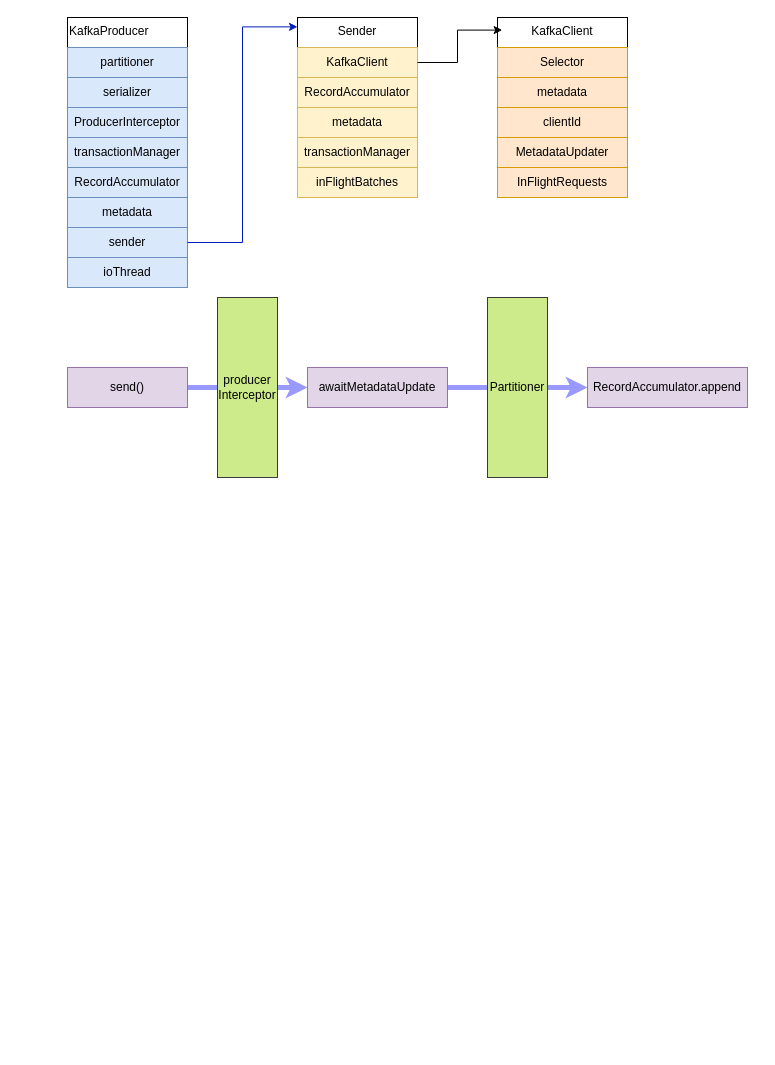
The draw.io diagram draw/kafka/myKafka.drawio in BxcGit/draw, before the edit. Source tidied: cells renumbered, new cells numbered last; positions are measured from the earlier drawing's top-left corner, leaving out a move shared by most shapes. Both pictures are drawn from the tidied source at 100%, with x=0, y=0 at pixel (67, 17).
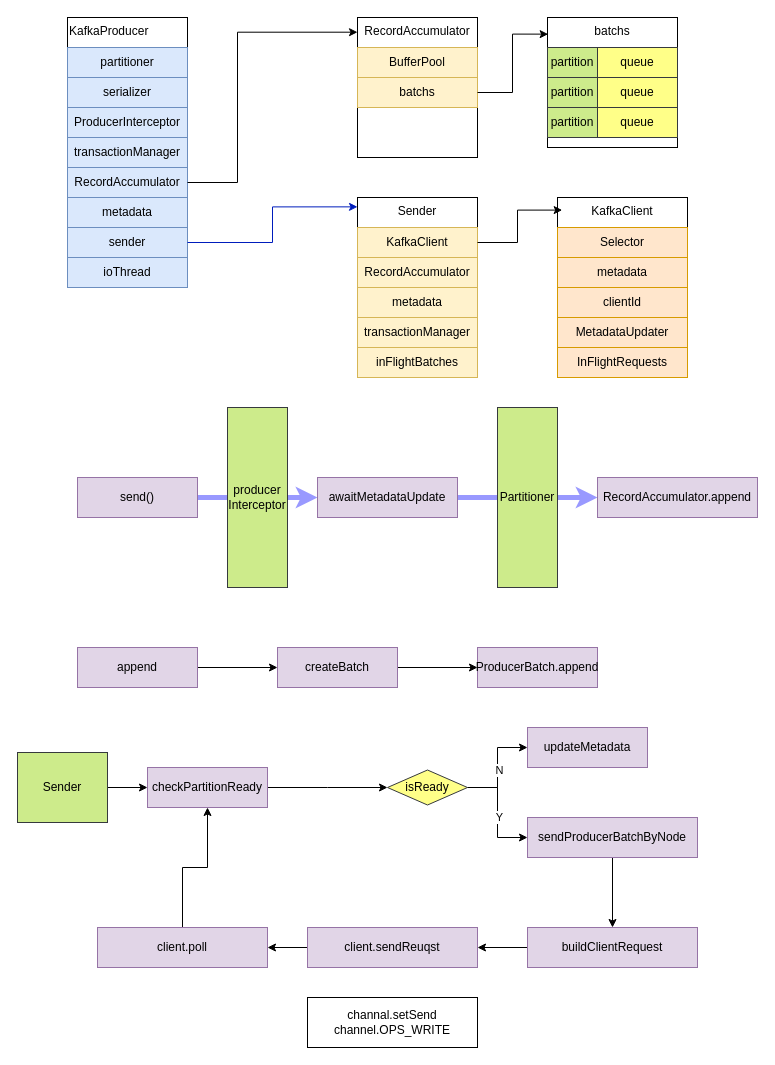
The same diagram, later.

Unchanged cells that the change refers to:
```xml
<mxCell id="7" value="RecordAccumulator" style="rounded=0;whiteSpace=wrap;html=1;align=center;verticalAlign=middle;fillColor=#dae8fc;strokeColor=#6c8ebf;" parent="1" vertex="1">
  <mxGeometry y="150" width="120" height="30" as="geometry" />
</mxCell>
```

Change to the diagram source:
```diff
@@
     <mxCell id="11" value="Sender" style="rounded=0;whiteSpace=wrap;html=1;align=center;verticalAlign=top;" parent="1" vertex="1">
-      <mxGeometry x="230" width="120" height="180" as="geometry" />
+      <mxGeometry x="290" y="180" width="120" height="180" as="geometry" />
     </mxCell>
     <mxCell id="12" value="KafkaClient" style="rounded=0;whiteSpace=wrap;html=1;align=center;verticalAlign=middle;fillColor=#fff2cc;strokeColor=#d6b656;" parent="1" vertex="1">
-      <mxGeometry x="230" y="30" width="120" height="30" as="geometry" />
+      <mxGeometry x="290" y="210" width="120" height="30" as="geometry" />
     </mxCell>
     <mxCell id="13" value="RecordAccumulator" style="rounded=0;whiteSpace=wrap;html=1;align=center;verticalAlign=middle;fillColor=#fff2cc;strokeColor=#d6b656;" parent="1" vertex="1">
-      <mxGeometry x="230" y="60" width="120" height="30" as="geometry" />
+      <mxGeometry x="290" y="240" width="120" height="30" as="geometry" />
     </mxCell>
     <mxCell id="14" value="metadata" style="rounded=0;whiteSpace=wrap;html=1;align=center;verticalAlign=middle;fillColor=#fff2cc;strokeColor=#d6b656;" parent="1" vertex="1">
-      <mxGeometry x="230" y="90" width="120" height="30" as="geometry" />
+      <mxGeometry x="290" y="270" width="120" height="30" as="geometry" />
     </mxCell>
     <mxCell id="15" value="transactionManager" style="rounded=0;whiteSpace=wrap;html=1;align=center;verticalAlign=middle;fillColor=#fff2cc;strokeColor=#d6b656;" parent="1" vertex="1">
-      <mxGeometry x="230" y="120" width="120" height="30" as="geometry" />
+      <mxGeometry x="290" y="300" width="120" height="30" as="geometry" />
     </mxCell>
     <mxCell id="16" value="inFlightBatches" style="rounded=0;whiteSpace=wrap;html=1;align=center;verticalAlign=middle;fillColor=#fff2cc;strokeColor=#d6b656;" parent="1" vertex="1">
-      <mxGeometry x="230" y="150" width="120" height="30" as="geometry" />
+      <mxGeometry x="290" y="330" width="120" height="30" as="geometry" />
     </mxCell>
@@
     <mxCell id="18" value="KafkaClient" style="rounded=0;whiteSpace=wrap;html=1;align=center;verticalAlign=top;" parent="1" vertex="1">
-      <mxGeometry x="430" width="130" height="180" as="geometry" />
+      <mxGeometry x="490" y="180" width="130" height="180" as="geometry" />
     </mxCell>
     <mxCell id="19" value="Selector" style="rounded=0;whiteSpace=wrap;html=1;align=center;verticalAlign=middle;fillColor=#ffe6cc;strokeColor=#d79b00;" parent="1" vertex="1">
-      <mxGeometry x="430" y="30" width="130" height="30" as="geometry" />
+      <mxGeometry x="490" y="210" width="130" height="30" as="geometry" />
     </mxCell>
     <mxCell id="20" value="metadata" style="rounded=0;whiteSpace=wrap;html=1;align=center;verticalAlign=middle;fillColor=#ffe6cc;strokeColor=#d79b00;" parent="1" vertex="1">
-      <mxGeometry x="430" y="60" width="130" height="30" as="geometry" />
+      <mxGeometry x="490" y="240" width="130" height="30" as="geometry" />
     </mxCell>
     <mxCell id="21" value="clientId" style="rounded=0;whiteSpace=wrap;html=1;align=center;verticalAlign=middle;fillColor=#ffe6cc;strokeColor=#d79b00;" parent="1" vertex="1">
-      <mxGeometry x="430" y="90" width="130" height="30" as="geometry" />
+      <mxGeometry x="490" y="270" width="130" height="30" as="geometry" />
     </mxCell>
     <mxCell id="22" value="MetadataUpdater" style="rounded=0;whiteSpace=wrap;html=1;align=center;verticalAlign=middle;fillColor=#ffe6cc;strokeColor=#d79b00;" parent="1" vertex="1">
-      <mxGeometry x="430" y="120" width="130" height="30" as="geometry" />
+      <mxGeometry x="490" y="300" width="130" height="30" as="geometry" />
     </mxCell>
     <mxCell id="23" value="InFlightRequests" style="rounded=0;whiteSpace=wrap;html=1;align=center;verticalAlign=middle;fillColor=#ffe6cc;strokeColor=#d79b00;" parent="1" vertex="1">
-      <mxGeometry x="430" y="150" width="130" height="30" as="geometry" />
+      <mxGeometry x="490" y="330" width="130" height="30" as="geometry" />
     </mxCell>
@@
     <mxCell id="26" value="send()" style="rounded=0;whiteSpace=wrap;html=1;align=center;verticalAlign=middle;fillColor=#e1d5e7;strokeColor=#9673a6;" parent="1" vertex="1">
-      <mxGeometry y="350" width="120" height="40" as="geometry" />
+      <mxGeometry x="10" y="460" width="120" height="40" as="geometry" />
     </mxCell>
     <mxCell id="27" value="producer&lt;div&gt;Interceptor&lt;/div&gt;" style="rounded=0;html=1;align=center;verticalAlign=middle;horizontal=1;whiteSpace=wrap;fillColor=#cdeb8b;strokeColor=#36393d;" parent="1" vertex="1">
-      <mxGeometry x="150" y="280" width="60" height="180" as="geometry" />
+      <mxGeometry x="160" y="390" width="60" height="180" as="geometry" />
     </mxCell>
@@
     <mxCell id="29" value="awaitMetadataUpdate" style="rounded=0;whiteSpace=wrap;html=1;align=center;verticalAlign=middle;fillColor=#e1d5e7;strokeColor=#9673a6;" parent="1" vertex="1">
-      <mxGeometry x="240" y="350" width="140" height="40" as="geometry" />
+      <mxGeometry x="250" y="460" width="140" height="40" as="geometry" />
     </mxCell>
     <mxCell id="30" value="RecordAccumulator.append" style="rounded=0;whiteSpace=wrap;html=1;align=center;verticalAlign=middle;fillColor=#e1d5e7;strokeColor=#9673a6;" parent="1" vertex="1">
-      <mxGeometry x="520" y="350" width="160" height="40" as="geometry" />
+      <mxGeometry x="530" y="460" width="160" height="40" as="geometry" />
     </mxCell>
     <mxCell id="31" value="Partitioner" style="rounded=0;html=1;align=center;verticalAlign=middle;horizontal=1;whiteSpace=wrap;fillColor=#cdeb8b;strokeColor=#36393d;" parent="1" vertex="1">
-      <mxGeometry x="420" y="280" width="60" height="180" as="geometry" />
+      <mxGeometry x="430" y="390" width="60" height="180" as="geometry" />
     </mxCell>
+    <mxCell id="32" value="RecordAccumulator" style="rounded=0;whiteSpace=wrap;html=1;align=center;verticalAlign=top;" parent="1" vertex="1">
+      <mxGeometry x="290" width="120" height="140" as="geometry" />
+    </mxCell>
+    <mxCell id="33" value="BufferPool" style="rounded=0;whiteSpace=wrap;html=1;align=center;verticalAlign=middle;fillColor=#fff2cc;strokeColor=#d6b656;" parent="1" vertex="1">
+      <mxGeometry x="290" y="30" width="120" height="30" as="geometry" />
+    </mxCell>
+    <mxCell id="34" value="batchs" style="rounded=0;whiteSpace=wrap;html=1;align=center;verticalAlign=middle;fillColor=#fff2cc;strokeColor=#d6b656;" parent="1" vertex="1">
+      <mxGeometry x="290" y="60" width="120" height="30" as="geometry" />
+    </mxCell>
+    <mxCell id="35" style="edgeStyle=orthogonalEdgeStyle;rounded=0;jettySize=auto;html=1;entryX=0;entryY=0.105;entryDx=0;entryDy=0;entryPerimeter=0;" parent="1" edge="1" source="7" target="32">
+      <mxGeometry relative="1" as="geometry">
+        <Array as="points">
+          <mxPoint x="170" y="165" />
+          <mxPoint x="170" y="15" />
+        </Array>
+      </mxGeometry>
+    </mxCell>
+    <mxCell id="36" value="batchs" style="rounded=0;whiteSpace=wrap;html=1;align=center;verticalAlign=top;" parent="1" vertex="1">
+      <mxGeometry x="480" width="130" height="130" as="geometry" />
+    </mxCell>
+    <mxCell id="37" value="partition" style="rounded=0;whiteSpace=wrap;html=1;align=center;verticalAlign=middle;fillColor=#cdeb8b;strokeColor=#36393d;" parent="1" vertex="1">
+      <mxGeometry x="480" y="30" width="50" height="30" as="geometry" />
+    </mxCell>
+    <mxCell id="38" value="queue" style="rounded=0;whiteSpace=wrap;html=1;align=center;verticalAlign=middle;fillColor=#ffff88;strokeColor=#36393d;" parent="1" vertex="1">
+      <mxGeometry x="530" y="30" width="80" height="30" as="geometry" />
+    </mxCell>
+    <mxCell id="39" value="partition" style="rounded=0;whiteSpace=wrap;html=1;align=center;verticalAlign=middle;fillColor=#cdeb8b;strokeColor=#36393d;" parent="1" vertex="1">
+      <mxGeometry x="480" y="60" width="50" height="30" as="geometry" />
+    </mxCell>
+    <mxCell id="40" value="queue" style="rounded=0;whiteSpace=wrap;html=1;align=center;verticalAlign=middle;fillColor=#ffff88;strokeColor=#36393d;" parent="1" vertex="1">
+      <mxGeometry x="530" y="60" width="80" height="30" as="geometry" />
+    </mxCell>
+    <mxCell id="41" value="partition" style="rounded=0;whiteSpace=wrap;html=1;align=center;verticalAlign=middle;fillColor=#cdeb8b;strokeColor=#36393d;" parent="1" vertex="1">
+      <mxGeometry x="480" y="90" width="50" height="30" as="geometry" />
+    </mxCell>
+    <mxCell id="42" value="queue" style="rounded=0;whiteSpace=wrap;html=1;align=center;verticalAlign=middle;fillColor=#ffff88;strokeColor=#36393d;" parent="1" vertex="1">
+      <mxGeometry x="530" y="90" width="80" height="30" as="geometry" />
+    </mxCell>
+    <mxCell id="43" style="edgeStyle=orthogonalEdgeStyle;rounded=0;jettySize=auto;html=1;entryX=0.005;entryY=0.128;entryDx=0;entryDy=0;entryPerimeter=0;" parent="1" edge="1" source="34" target="36">
+      <mxGeometry relative="1" as="geometry" />
+    </mxCell>
+    <mxCell id="44" style="edgeStyle=orthogonalEdgeStyle;rounded=0;jettySize=auto;html=1;entryX=0;entryY=0.5;entryDx=0;entryDy=0;" parent="1" edge="1" source="45" target="47">
+      <mxGeometry relative="1" as="geometry" />
+    </mxCell>
+    <mxCell id="45" value="append" style="rounded=0;whiteSpace=wrap;html=1;align=center;verticalAlign=middle;fillColor=#e1d5e7;strokeColor=#9673a6;" parent="1" vertex="1">
+      <mxGeometry x="10" y="630" width="120" height="40" as="geometry" />
+    </mxCell>
+    <mxCell id="46" style="edgeStyle=orthogonalEdgeStyle;rounded=0;jettySize=auto;html=1;" parent="1" edge="1" source="47" target="48">
+      <mxGeometry relative="1" as="geometry" />
+    </mxCell>
+    <mxCell id="47" value="createBatch" style="rounded=0;whiteSpace=wrap;html=1;align=center;verticalAlign=middle;fillColor=#e1d5e7;strokeColor=#9673a6;" parent="1" vertex="1">
+      <mxGeometry x="210" y="630" width="120" height="40" as="geometry" />
+    </mxCell>
+    <mxCell id="48" value="ProducerBatch.append" style="rounded=0;whiteSpace=wrap;html=1;align=center;verticalAlign=middle;fillColor=#e1d5e7;strokeColor=#9673a6;" parent="1" vertex="1">
+      <mxGeometry x="410" y="630" width="120" height="40" as="geometry" />
+    </mxCell>
+    <mxCell id="49" style="edgeStyle=orthogonalEdgeStyle;rounded=0;jettySize=auto;html=1;" parent="1" edge="1" source="50" target="52">
+      <mxGeometry relative="1" as="geometry" />
+    </mxCell>
+    <mxCell id="50" value="Sender" style="rounded=0;html=1;align=center;verticalAlign=middle;horizontal=1;whiteSpace=wrap;fillColor=#cdeb8b;strokeColor=#36393d;" parent="1" vertex="1">
+      <mxGeometry x="-50" y="735" width="90" height="70" as="geometry" />
+    </mxCell>
+    <mxCell id="51" style="edgeStyle=orthogonalEdgeStyle;rounded=0;jettySize=auto;html=1;" parent="1" edge="1" source="52">
+      <mxGeometry relative="1" as="geometry">
+        <mxPoint x="320" y="770" as="targetPoint" />
+      </mxGeometry>
+    </mxCell>
+    <mxCell id="52" value="checkPartitionReady" style="rounded=0;whiteSpace=wrap;html=1;align=center;verticalAlign=middle;fillColor=#e1d5e7;strokeColor=#9673a6;" parent="1" vertex="1">
+      <mxGeometry x="80" y="750" width="120" height="40" as="geometry" />
+    </mxCell>
+    <mxCell id="53" value="updateMetadata" style="rounded=0;whiteSpace=wrap;html=1;align=center;verticalAlign=middle;fillColor=#e1d5e7;strokeColor=#9673a6;" parent="1" vertex="1">
+      <mxGeometry x="460" y="710" width="120" height="40" as="geometry" />
+    </mxCell>
+    <mxCell id="54" style="edgeStyle=orthogonalEdgeStyle;rounded=0;jettySize=auto;html=1;entryX=0.5;entryY=0;entryDx=0;entryDy=0;" parent="1" edge="1" source="55" target="62">
+      <mxGeometry relative="1" as="geometry" />
+    </mxCell>
+    <mxCell id="55" value="sendProducerBatchByNode" style="rounded=0;whiteSpace=wrap;html=1;align=center;verticalAlign=middle;fillColor=#e1d5e7;strokeColor=#9673a6;" parent="1" vertex="1">
+      <mxGeometry x="460" y="800" width="170" height="40" as="geometry" />
+    </mxCell>
+    <mxCell id="56" style="edgeStyle=orthogonalEdgeStyle;rounded=0;jettySize=auto;html=1;entryX=0;entryY=0.5;entryDx=0;entryDy=0;" parent="1" edge="1" source="60" target="53">
+      <mxGeometry relative="1" as="geometry" />
+    </mxCell>
+    <mxCell id="57" value="N" style="edgeLabel;html=1;align=center;verticalAlign=middle;" parent="56" vertex="1">
+      <mxGeometry x="-0.04" y="-1" relative="1" as="geometry" />
+    </mxCell>
+    <mxCell id="58" style="edgeStyle=orthogonalEdgeStyle;rounded=0;jettySize=auto;html=1;entryX=0;entryY=0.5;entryDx=0;entryDy=0;" parent="1" edge="1" source="60" target="55">
+      <mxGeometry relative="1" as="geometry" />
+    </mxCell>
+    <mxCell id="59" value="Y" style="edgeLabel;html=1;align=center;verticalAlign=middle;" parent="58" vertex="1">
+      <mxGeometry x="0.07" y="1" relative="1" as="geometry" />
+    </mxCell>
+    <mxCell id="60" value="isReady" style="rhombus;whiteSpace=wrap;html=1;fillColor=#ffff88;strokeColor=#36393d;" parent="1" vertex="1">
+      <mxGeometry x="320" y="752.5" width="80" height="35" as="geometry" />
+    </mxCell>
+    <mxCell id="61" style="edgeStyle=orthogonalEdgeStyle;rounded=0;jettySize=auto;html=1;" parent="1" edge="1" source="62" target="64">
+      <mxGeometry relative="1" as="geometry" />
+    </mxCell>
+    <mxCell id="62" value="buildClientRequest" style="rounded=0;whiteSpace=wrap;html=1;align=center;verticalAlign=middle;fillColor=#e1d5e7;strokeColor=#9673a6;" parent="1" vertex="1">
+      <mxGeometry x="460" y="910" width="170" height="40" as="geometry" />
+    </mxCell>
+    <mxCell id="63" style="edgeStyle=orthogonalEdgeStyle;rounded=0;jettySize=auto;html=1;entryX=1;entryY=0.5;entryDx=0;entryDy=0;" parent="1" edge="1" source="64" target="66">
+      <mxGeometry relative="1" as="geometry" />
+    </mxCell>
+    <mxCell id="64" value="client.sendReuqst" style="rounded=0;whiteSpace=wrap;html=1;align=center;verticalAlign=middle;fillColor=#e1d5e7;strokeColor=#9673a6;" parent="1" vertex="1">
+      <mxGeometry x="240" y="910" width="170" height="40" as="geometry" />
+    </mxCell>
+    <mxCell id="65" style="edgeStyle=orthogonalEdgeStyle;rounded=0;jettySize=auto;html=1;" parent="1" edge="1" source="66" target="52">
+      <mxGeometry relative="1" as="geometry" />
+    </mxCell>
+    <mxCell id="66" value="client.poll" style="rounded=0;whiteSpace=wrap;html=1;align=center;verticalAlign=middle;fillColor=#e1d5e7;strokeColor=#9673a6;" parent="1" vertex="1">
+      <mxGeometry x="30" y="910" width="170" height="40" as="geometry" />
+    </mxCell>
+    <mxCell id="67" value="channal.setSend&lt;div&gt;channel.OPS_WRITE&lt;/div&gt;" style="rounded=0;whiteSpace=wrap;html=1;" parent="1" vertex="1">
+      <mxGeometry x="240" y="980" width="170" height="50" as="geometry" />
+    </mxCell>
```
